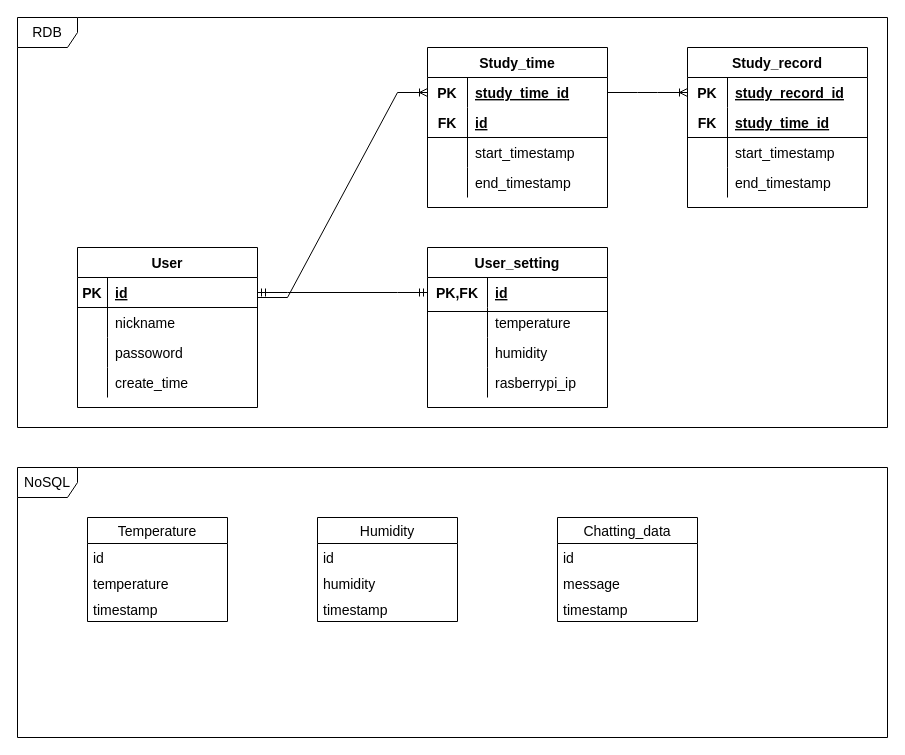
This is page "ERD" (12 of 12) of doc/UML.drawio from veryneuron/study_mate_project, a draw.io file, before an edit. Source tidied: cells renumbered, new cells numbered last; positions are measured from the earlier drawing's top-left corner, leaving out a move shared by most shapes. Both pictures are drawn from the tidied source at 100%, with x=0, y=0 at pixel (17, 17).
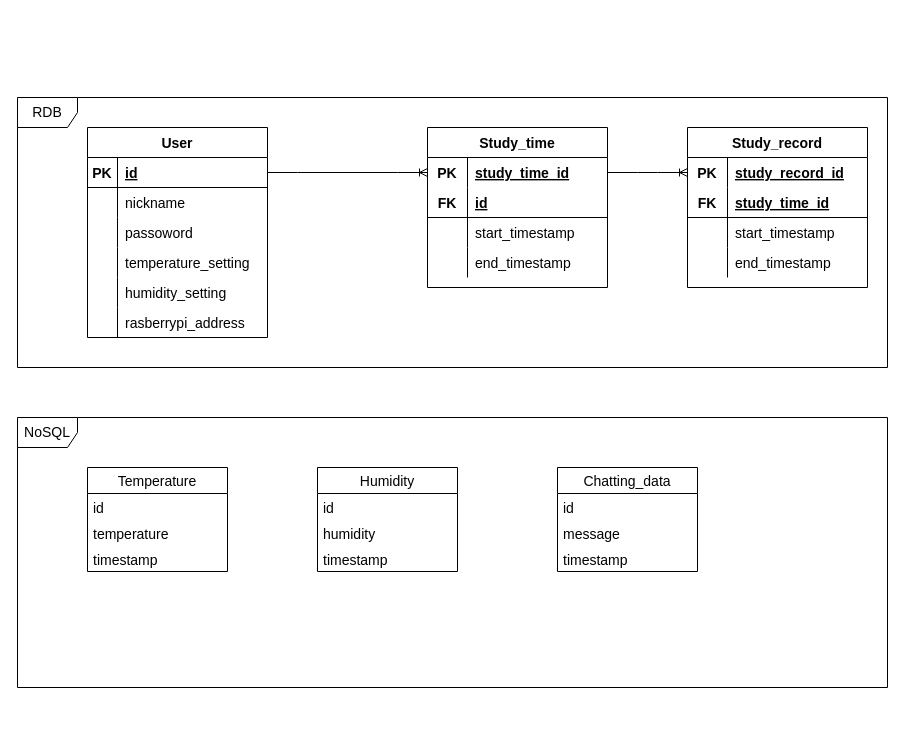
The same diagram, later.

Unchanged cells that the change refers to:
```xml
<mxCell id="3" style="shape=tableRow;horizontal=0;startSize=0;swimlaneHead=0;swimlaneBody=0;fillColor=none;points=[[0,0.5],[1,0.5]];portConstraint=eastwest;top=0;left=0;right=0;bottom=1;fontSize=14;" parent="2" vertex="1">
  <mxGeometry y="30" width="180" height="30" as="geometry" />
</mxCell>
<mxCell id="12" style="shape=tableRow;horizontal=0;startSize=0;swimlaneHead=0;swimlaneBody=0;fillColor=none;top=0;left=0;right=0;bottom=0;fontSize=14;" parent="2" vertex="1">
  <mxGeometry y="120" width="180" height="30" as="geometry" />
</mxCell>
<mxCell id="32" style="shape=tableRow;horizontal=0;startSize=0;swimlaneHead=0;swimlaneBody=0;fillColor=none;points=[[0,0.5],[1,0.5]];portConstraint=eastwest;top=0;left=0;right=0;bottom=0;fontSize=14;" parent="31" vertex="1">
  <mxGeometry y="30" width="180" height="30" as="geometry" />
</mxCell>
```

What changed in the source:
```diff
@@
+    <mxCell id="58" value="RDB" style="shape=umlFrame;whiteSpace=wrap;html=1;fontSize=14;" parent="1" vertex="1">
+      <mxGeometry y="80" width="870" height="270" as="geometry" />
+    </mxCell>
     <mxCell id="2" value="User" style="shape=table;startSize=30;childLayout=tableLayout;rowLines=0;fontStyle=1;align=center;fontSize=14;" parent="1" vertex="1">
-      <mxGeometry x="60" y="230" width="180" height="160" as="geometry" />
+      <mxGeometry x="70" y="110" width="180" height="210" as="geometry" />
     </mxCell>
@@
-    <mxCell id="14" value="create_time" style="shape=partialRectangle;fillColor=none;top=0;left=0;bottom=0;right=0;align=left;spacingLeft=6;overflow=hidden;fontSize=14;" parent="12" vertex="1">
+    <mxCell id="14" value="temperature_setting" style="shape=partialRectangle;fillColor=none;top=0;left=0;bottom=0;right=0;align=left;spacingLeft=6;overflow=hidden;fontSize=14;" parent="12" vertex="1">
       <mxGeometry x="30" width="150" height="30" as="geometry" />
     </mxCell>
-    <mxCell id="15" value="User_setting" style="shape=table;startSize=30;childLayout=tableLayout;rowLines=0;fontStyle=1;align=center;fontSize=14;" parent="1" vertex="1">
-      <mxGeometry x="410" y="230" width="180" height="160" as="geometry" />
-    </mxCell>
-    <mxCell id="16" style="shape=tableRow;horizontal=0;startSize=0;swimlaneHead=0;swimlaneBody=0;fillColor=none;points=[[0,0.5],[1,0.5]];portConstraint=eastwest;top=0;left=0;right=0;bottom=0;fontSize=14;" parent="15" vertex="1">
-      <mxGeometry y="30" width="180" height="30" as="geometry" />
-    </mxCell>
-    <mxCell id="17" value="PK,FK" style="shape=partialRectangle;fillColor=none;top=0;left=0;bottom=0;right=0;fontStyle=1;overflow=hidden;fontSize=14;" parent="16" vertex="1">
-      <mxGeometry width="60" height="30" as="geometry" />
-    </mxCell>
-    <mxCell id="18" value="id" style="shape=partialRectangle;fillColor=none;top=0;left=0;bottom=0;right=0;align=left;spacingLeft=6;fontStyle=5;overflow=hidden;fontSize=14;" parent="16" vertex="1">
-      <mxGeometry x="60" width="120" height="30" as="geometry" />
-    </mxCell>
-    <mxCell id="19" style="shape=tableRow;horizontal=0;startSize=0;swimlaneHead=0;swimlaneBody=0;fillColor=none;top=0;left=0;right=0;bottom=0;fontSize=14;" parent="15" vertex="1">
-      <mxGeometry y="60" width="180" height="30" as="geometry" />
-    </mxCell>
-    <mxCell id="20" style="shape=partialRectangle;fillColor=none;top=0;left=0;bottom=0;right=0;overflow=hidden;fontSize=14;" parent="19" vertex="1">
-      <mxGeometry width="60" height="30" as="geometry" />
-    </mxCell>
-    <mxCell id="21" value="temperature" style="shape=partialRectangle;fillColor=none;top=0;left=0;bottom=0;right=0;align=left;spacingLeft=6;overflow=hidden;fontSize=14;" parent="19" vertex="1">
-      <mxGeometry x="60" width="120" height="30" as="geometry" />
-    </mxCell>
-    <mxCell id="22" style="shape=tableRow;horizontal=0;startSize=0;swimlaneHead=0;swimlaneBody=0;fillColor=none;top=0;left=0;right=0;bottom=0;fontSize=14;" parent="15" vertex="1">
-      <mxGeometry y="90" width="180" height="30" as="geometry" />
-    </mxCell>
-    <mxCell id="23" style="shape=partialRectangle;fillColor=none;top=0;left=0;bottom=0;right=0;overflow=hidden;fontSize=14;" parent="22" vertex="1">
-      <mxGeometry width="60" height="30" as="geometry" />
-    </mxCell>
-    <mxCell id="24" value="humidity" style="shape=partialRectangle;fillColor=none;top=0;left=0;bottom=0;right=0;align=left;spacingLeft=6;overflow=hidden;fontSize=14;" parent="22" vertex="1">
-      <mxGeometry x="60" width="120" height="30" as="geometry" />
-    </mxCell>
-    <mxCell id="25" style="shape=tableRow;horizontal=0;startSize=0;swimlaneHead=0;swimlaneBody=0;fillColor=none;top=0;left=0;right=0;bottom=0;fontSize=14;" parent="15" vertex="1">
-      <mxGeometry y="120" width="180" height="30" as="geometry" />
-    </mxCell>
-    <mxCell id="26" style="shape=partialRectangle;fillColor=none;top=0;left=0;bottom=0;right=0;overflow=hidden;fontSize=14;" parent="25" vertex="1">
-      <mxGeometry width="60" height="30" as="geometry" />
-    </mxCell>
-    <mxCell id="27" value="rasberrypi_ip" style="shape=partialRectangle;fillColor=none;top=0;left=0;bottom=0;right=0;align=left;spacingLeft=6;overflow=hidden;fontSize=14;" parent="25" vertex="1">
-      <mxGeometry x="60" width="120" height="30" as="geometry" />
-    </mxCell>
-    <mxCell id="28" style="line;strokeWidth=1;fillColor=none;align=left;verticalAlign=middle;spacingTop=-1;spacingLeft=3;spacingRight=3;labelPosition=right;fontSize=14;" parent="1" vertex="1">
-      <mxGeometry x="410" y="290" width="180" height="8" as="geometry" />
-    </mxCell>
-    <mxCell id="29" style="edgeStyle=entityRelationEdgeStyle;fontSize=12;html=1;endArrow=ERmandOne;startArrow=ERmandOne;rounded=0;exitX=1;exitY=0.5;exitDx=0;exitDy=0;entryX=0;entryY=0.5;entryDx=0;entryDy=0;" parent="1" edge="1" source="3" target="16">
-      <mxGeometry relative="1" as="geometry" />
-    </mxCell>
+    <mxCell id="72" style="shape=tableRow;horizontal=0;startSize=0;swimlaneHead=0;swimlaneBody=0;fillColor=none;top=0;left=0;right=0;bottom=0;" parent="2" vertex="1">
+      <mxGeometry y="150" width="180" height="30" as="geometry" />
+    </mxCell>
+    <mxCell id="73" style="shape=partialRectangle;fillColor=none;top=0;left=0;bottom=0;right=0;overflow=hidden;" parent="72" vertex="1">
+      <mxGeometry width="30" height="30" as="geometry" />
+    </mxCell>
+    <mxCell id="74" value="humidity_setting" style="shape=partialRectangle;fillColor=none;top=0;left=0;bottom=0;right=0;align=left;spacingLeft=6;overflow=hidden;fontSize=14;" parent="72" vertex="1">
+      <mxGeometry x="30" width="150" height="30" as="geometry" />
+    </mxCell>
+    <mxCell id="75" style="shape=tableRow;horizontal=0;startSize=0;swimlaneHead=0;swimlaneBody=0;fillColor=none;top=0;left=0;right=0;bottom=0;fontSize=14;" parent="2" vertex="1">
+      <mxGeometry y="180" width="180" height="30" as="geometry" />
+    </mxCell>
+    <mxCell id="76" style="shape=partialRectangle;fillColor=none;top=0;left=0;bottom=0;right=0;overflow=hidden;fontSize=14;" parent="75" vertex="1">
+      <mxGeometry width="30" height="30" as="geometry" />
+    </mxCell>
+    <mxCell id="77" value="rasberrypi_address" style="shape=partialRectangle;fillColor=none;top=0;left=0;bottom=0;right=0;align=left;spacingLeft=6;overflow=hidden;fontSize=14;" parent="75" vertex="1">
+      <mxGeometry x="30" width="150" height="30" as="geometry" />
+    </mxCell>
-    <mxCell id="30" style="edgeStyle=entityRelationEdgeStyle;fontSize=12;html=1;endArrow=ERoneToMany;rounded=0;entryX=0;entryY=0.5;entryDx=0;entryDy=0;" parent="1" edge="1">
+    <mxCell id="30" style="edgeStyle=entityRelationEdgeStyle;fontSize=12;html=1;endArrow=ERoneToMany;rounded=0;entryX=0;entryY=0.5;entryDx=0;entryDy=0;" parent="1" edge="1" source="3">
       <mxGeometry relative="1" as="geometry">
-        <mxPoint x="240" y="280" as="sourcePoint" />
-        <mxPoint x="410" y="75" as="targetPoint" />
+        <mxPoint x="410" y="155" as="targetPoint" />
       </mxGeometry>
     </mxCell>
     <mxCell id="31" value="Study_record" style="shape=table;startSize=30;childLayout=tableLayout;rowLines=0;fontStyle=1;align=center;fontSize=14;" parent="1" vertex="1">
-      <mxGeometry x="670" y="30" width="180" height="160" as="geometry" />
+      <mxGeometry x="670" y="110" width="180" height="160" as="geometry" />
     </mxCell>
@@
     <mxCell id="44" style="edgeStyle=entityRelationEdgeStyle;fontSize=12;html=1;endArrow=ERoneToMany;rounded=0;exitX=1;exitY=0.5;exitDx=0;exitDy=0;entryX=0;entryY=0.5;entryDx=0;entryDy=0;" parent="1" edge="1" target="32">
       <mxGeometry relative="1" as="geometry">
-        <mxPoint x="590" y="75" as="sourcePoint" />
+        <mxPoint x="590" y="155" as="sourcePoint" />
       </mxGeometry>
     </mxCell>
     <mxCell id="45" value="Study_time" style="shape=table;startSize=30;childLayout=tableLayout;rowLines=0;fontStyle=1;align=center;fontSize=14;" parent="1" vertex="1">
-      <mxGeometry x="410" y="30" width="180" height="160" as="geometry" />
+      <mxGeometry x="410" y="110" width="180" height="160" as="geometry" />
     </mxCell>
@@
-    <mxCell id="58" value="RDB" style="shape=umlFrame;whiteSpace=wrap;html=1;fontSize=14;" parent="1" vertex="1">
-      <mxGeometry width="870" height="410" as="geometry" />
-    </mxCell>
     <mxCell id="59" value="NoSQL" style="shape=umlFrame;whiteSpace=wrap;html=1;fontSize=14;" parent="1" vertex="1">
-      <mxGeometry y="450" width="870" height="270" as="geometry" />
+      <mxGeometry y="400" width="870" height="270" as="geometry" />
     </mxCell>
     <mxCell id="60" value="Temperature" style="swimlane;fontStyle=0;horizontal=1;startSize=26;fillColor=none;fontSize=14;" parent="1" vertex="1">
-      <mxGeometry x="70" y="500" width="140" height="104" as="geometry" />
+      <mxGeometry x="70" y="450" width="140" height="104" as="geometry" />
     </mxCell>
@@
     <mxCell id="64" value="Humidity" style="swimlane;fontStyle=0;horizontal=1;startSize=26;fillColor=none;fontSize=14;" parent="1" vertex="1">
-      <mxGeometry x="300" y="500" width="140" height="104" as="geometry" />
+      <mxGeometry x="300" y="450" width="140" height="104" as="geometry" />
     </mxCell>
@@
     <mxCell id="68" value="Chatting_data" style="swimlane;fontStyle=0;horizontal=1;startSize=26;fillColor=none;fontSize=14;" parent="1" vertex="1">
-      <mxGeometry x="540" y="500" width="140" height="104" as="geometry" />
+      <mxGeometry x="540" y="450" width="140" height="104" as="geometry" />
     </mxCell>
@@
+    <mxCell id="78" style="shape=tableRow;horizontal=0;startSize=0;swimlaneHead=0;swimlaneBody=0;fillColor=none;top=0;left=0;right=0;bottom=0;fontSize=14;" parent="1" vertex="1">
+      <mxGeometry x="70" y="260" width="180" height="30" as="geometry" />
+    </mxCell>
+    <mxCell id="79" style="shape=partialRectangle;fillColor=none;top=0;left=0;bottom=0;right=0;overflow=hidden;fontSize=14;" parent="78" vertex="1">
+      <mxGeometry width="30" height="30" as="geometry" />
+    </mxCell>
+    <mxCell id="80" style="shape=tableRow;horizontal=0;startSize=0;swimlaneHead=0;swimlaneBody=0;fillColor=none;top=0;left=0;right=0;bottom=0;fontSize=14;" parent="1" vertex="1">
+      <mxGeometry x="70" y="260" width="180" height="30" as="geometry" />
+    </mxCell>
+    <mxCell id="81" style="shape=partialRectangle;fillColor=none;top=0;left=0;bottom=0;right=0;overflow=hidden;fontSize=14;" parent="80" vertex="1">
+      <mxGeometry width="30" height="30" as="geometry" />
+    </mxCell>
```
